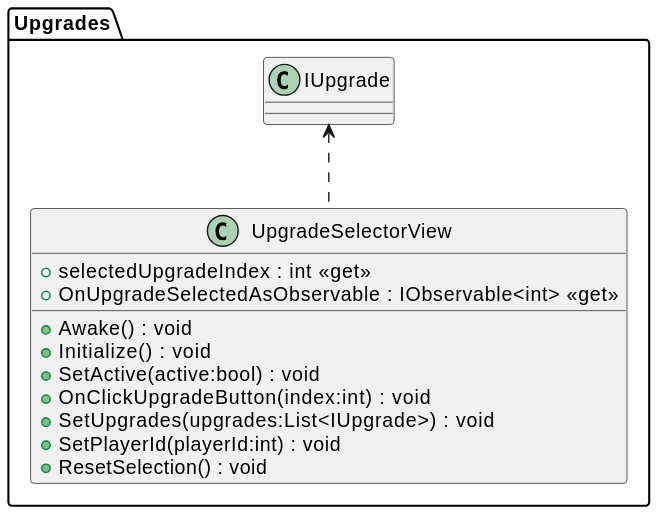
Before: plantuml/out/Upgrade/UpgradeSelectorView.svg, a diagram exported from PlantUML (asterisk-cn/RougueShooter).
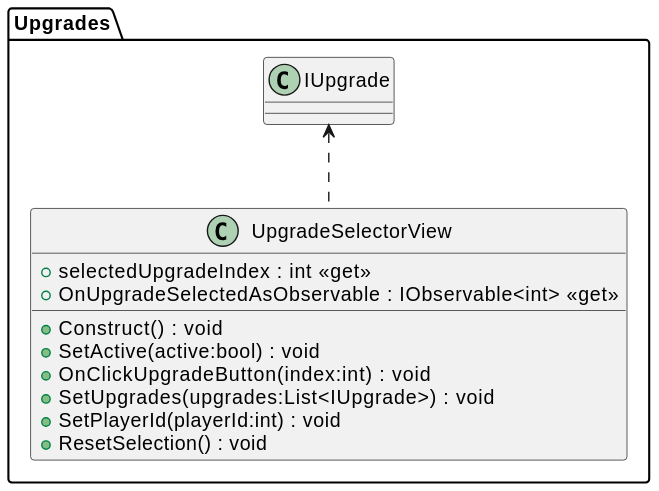
After the change.

Change to the diagram source:
```diff
@@ -3,8 +3,7 @@
 class UpgradeSelectorView {
     + selectedUpgradeIndex : int <<get>>
     + OnUpgradeSelectedAsObservable : IObservable<int> <<get>>
-    + Awake() : void
-    + Initialize() : void
+    + Construct() : void
     + SetActive(active:bool) : void
     + OnClickUpgradeButton(index:int) : void
     + SetUpgrades(upgrades:List<IUpgrade>) : void
```
